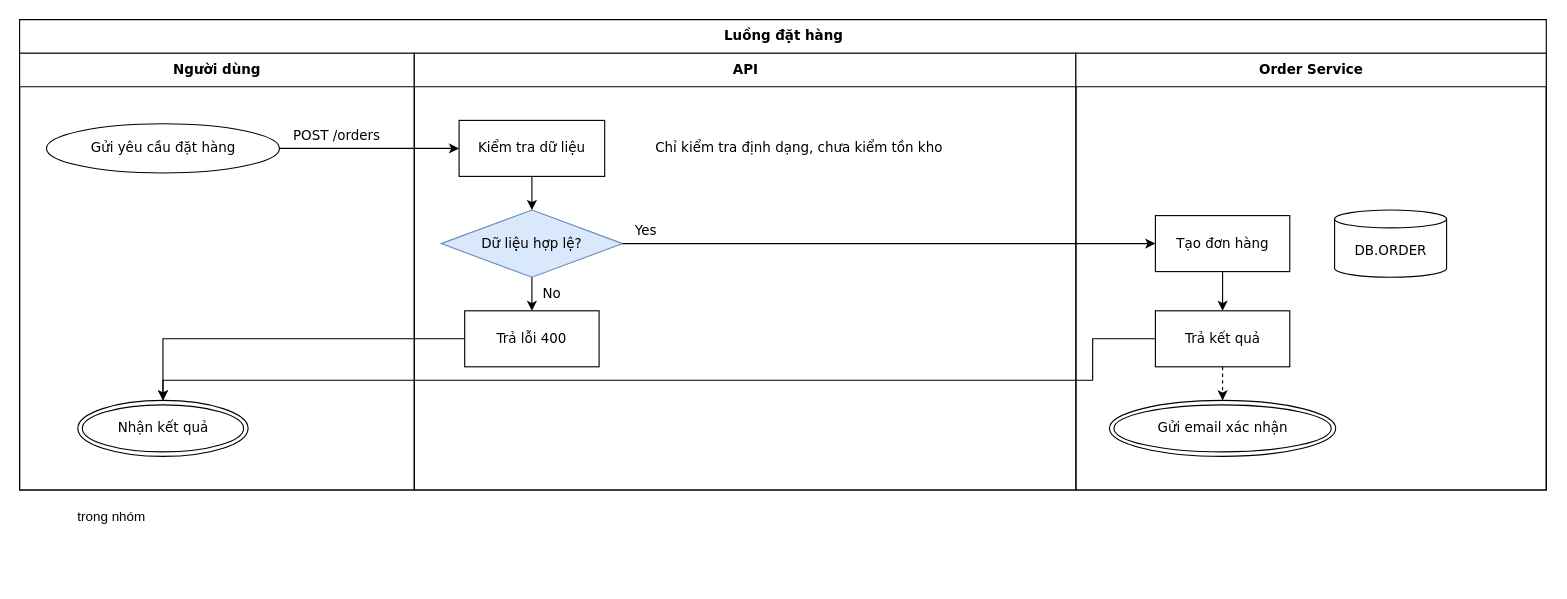
This is conformance/merge/freehand-group/flow.drawio from luytbq/flowcast, a draw.io file, before an edit. Source tidied: cells renumbered, new cells numbered last; positions are measured from the earlier drawing's top-left corner, leaving out a move shared by most shapes. Both pictures are drawn from the tidied source at 112%, with x=0, y=0 at pixel (19, 19).
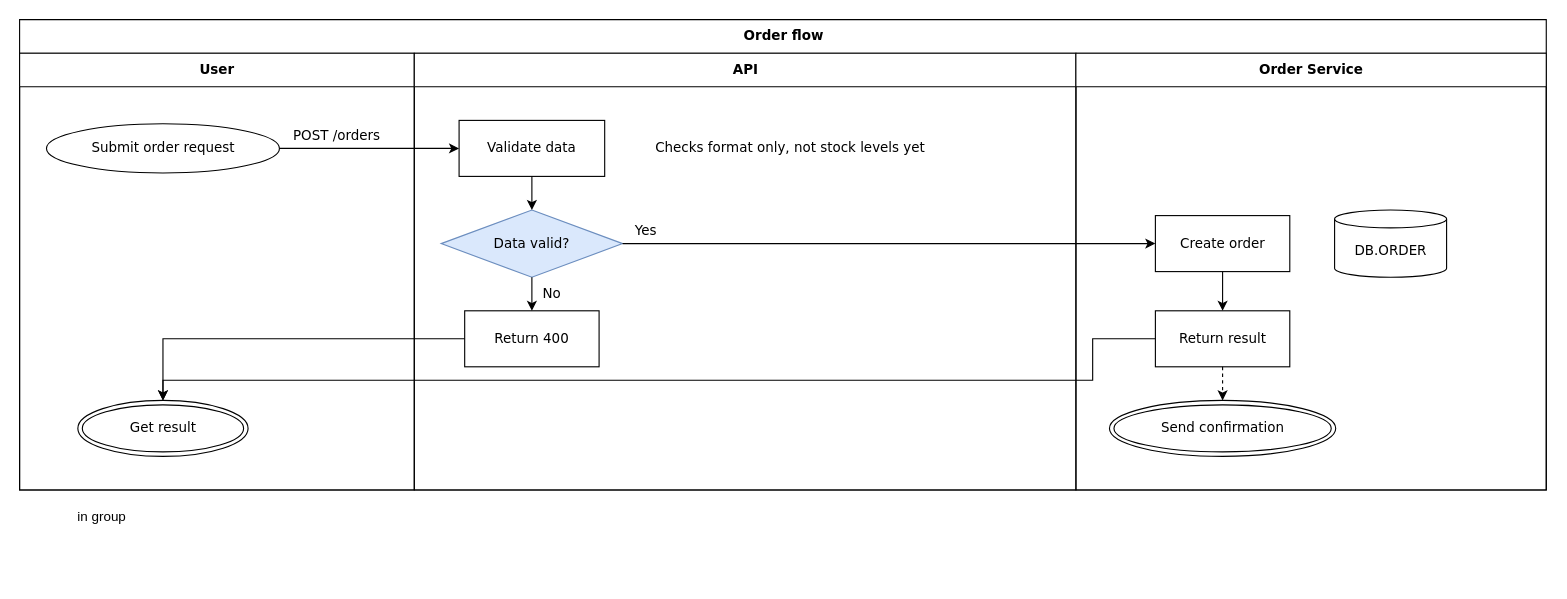
Above is the later version.

Unchanged cells that the change refers to:
```xml
<mxCell id="4" value="API" style="swimlane;html=1;startSize=30;fontFamily=Verdana;fontSize=12;flowtable=1;" parent="2" vertex="1">
  <mxGeometry x="352.4" y="30" width="590.8" height="390" as="geometry" />
</mxCell>
<mxCell id="5" value="Order Service" style="swimlane;html=1;startSize=30;fontFamily=Verdana;fontSize=12;flowtable=1;" parent="2" vertex="1">
  <mxGeometry x="943.1" y="30" width="420" height="390" as="geometry" />
</mxCell>
<mxCell id="24" style="group;" parent="2" vertex="1">
  <mxGeometry x="40" y="420" width="200" height="80" as="geometry" />
</mxCell>
```

Diff of the diagram source:
```diff
@@
-    <mxCell id="2" value="Luồng đặt hàng" style="swimlane;html=1;startSize=30;fontStyle=1;fontFamily=Verdana;fontSize=12;flowtable=1;" parent="1" vertex="1">
+    <mxCell id="2" value="Order flow" style="swimlane;html=1;startSize=30;fontStyle=1;fontFamily=Verdana;fontSize=12;flowtable=1;" parent="1" vertex="1">
       <mxGeometry width="1363.1" height="420" as="geometry" />
     </mxCell>
-    <mxCell id="3" value="Người dùng" style="swimlane;html=1;startSize=30;fontFamily=Verdana;fontSize=12;flowtable=1;" parent="2" vertex="1">
+    <mxCell id="3" value="User" style="swimlane;html=1;startSize=30;fontFamily=Verdana;fontSize=12;flowtable=1;" parent="2" vertex="1">
       <mxGeometry y="30" width="352.4" height="390" as="geometry" />
     </mxCell>
@@
-    <mxCell id="6" value="Gửi yêu cầu đặt hàng" style="ellipse;html=1;fontFamily=Verdana;fontSize=12;flowtable=1;" parent="3" vertex="1">
+    <mxCell id="6" value="Submit order request" style="ellipse;html=1;fontFamily=Verdana;fontSize=12;flowtable=1;" parent="3" vertex="1">
       <mxGeometry x="24" y="63" width="208" height="44" as="geometry" />
     </mxCell>
-    <mxCell id="7" value="Kiểm tra dữ liệu" style="rounded=0;html=1;fontFamily=Verdana;fontSize=12;flowtable=1;" parent="4" vertex="1">
+    <mxCell id="7" value="Validate data" style="rounded=0;html=1;fontFamily=Verdana;fontSize=12;flowtable=1;" parent="4" vertex="1">
       <mxGeometry x="40" y="60" width="130" height="50" as="geometry" />
     </mxCell>
-    <mxCell id="8" value="Chỉ kiểm tra định dạng, chưa kiểm tồn kho" style="text;html=1;align=left;verticalAlign=middle;spacingLeft=4;fontFamily=Verdana;fontSize=12;flowtable=1;" parent="4" vertex="1">
+    <mxCell id="8" value="Checks format only, not stock levels yet" style="text;html=1;align=left;verticalAlign=middle;spacingLeft=4;fontFamily=Verdana;fontSize=12;flowtable=1;" parent="4" vertex="1">
       <mxGeometry x="210" y="71" width="280" height="28" as="geometry" />
     </mxCell>
-    <mxCell id="9" value="Dữ liệu hợp lệ?" style="rhombus;html=1;fillColor=#dae8fc;strokeColor=#6c8ebf;fontFamily=Verdana;fontSize=12;flowtable=1;" parent="4" vertex="1">
+    <mxCell id="9" value="Data valid?" style="rhombus;html=1;fillColor=#dae8fc;strokeColor=#6c8ebf;fontFamily=Verdana;fontSize=12;flowtable=1;" parent="4" vertex="1">
       <mxGeometry x="24" y="140" width="162" height="60" as="geometry" />
     </mxCell>
-    <mxCell id="10" value="Trả lỗi 400" style="rounded=0;html=1;fontFamily=Verdana;fontSize=12;flowtable=1;" parent="4" vertex="1">
+    <mxCell id="10" value="Return 400" style="rounded=0;html=1;fontFamily=Verdana;fontSize=12;flowtable=1;" parent="4" vertex="1">
       <mxGeometry x="45" y="230" width="120" height="50" as="geometry" />
     </mxCell>
-    <mxCell id="11" value="Tạo đơn hàng" style="rounded=0;html=1;fontFamily=Verdana;fontSize=12;flowtable=1;" parent="5" vertex="1">
+    <mxCell id="11" value="Create order" style="rounded=0;html=1;fontFamily=Verdana;fontSize=12;flowtable=1;" parent="5" vertex="1">
       <mxGeometry x="71" y="145" width="120" height="50" as="geometry" />
     </mxCell>
@@
-    <mxCell id="13" value="Trả kết quả" style="rounded=0;html=1;fontFamily=Verdana;fontSize=12;flowtable=1;" parent="5" vertex="1">
+    <mxCell id="13" value="Return result" style="rounded=0;html=1;fontFamily=Verdana;fontSize=12;flowtable=1;" parent="5" vertex="1">
       <mxGeometry x="71" y="230" width="120" height="50" as="geometry" />
     </mxCell>
-    <mxCell id="14" value="Nhận kết quả" style="shape=doubleEllipse;html=1;fontFamily=Verdana;fontSize=12;flowtable=1;" parent="3" vertex="1">
+    <mxCell id="14" value="Get result" style="shape=doubleEllipse;html=1;fontFamily=Verdana;fontSize=12;flowtable=1;" parent="3" vertex="1">
       <mxGeometry x="52" y="310" width="152" height="50" as="geometry" />
     </mxCell>
-    <mxCell id="15" value="Gửi email xác nhận" style="shape=doubleEllipse;html=1;fontFamily=Verdana;fontSize=12;flowtable=1;" parent="5" vertex="1">
+    <mxCell id="15" value="Send confirmation" style="shape=doubleEllipse;html=1;fontFamily=Verdana;fontSize=12;flowtable=1;" parent="5" vertex="1">
       <mxGeometry x="30" y="310" width="202" height="50" as="geometry" />
     </mxCell>
@@
-    <mxCell id="25" value="trong nhóm" style="text;" parent="24" vertex="1">
+    <mxCell id="25" value="in group" style="text;" parent="24" vertex="1">
       <mxGeometry x="10" y="10" width="100" height="30" as="geometry" />
     </mxCell>
```
